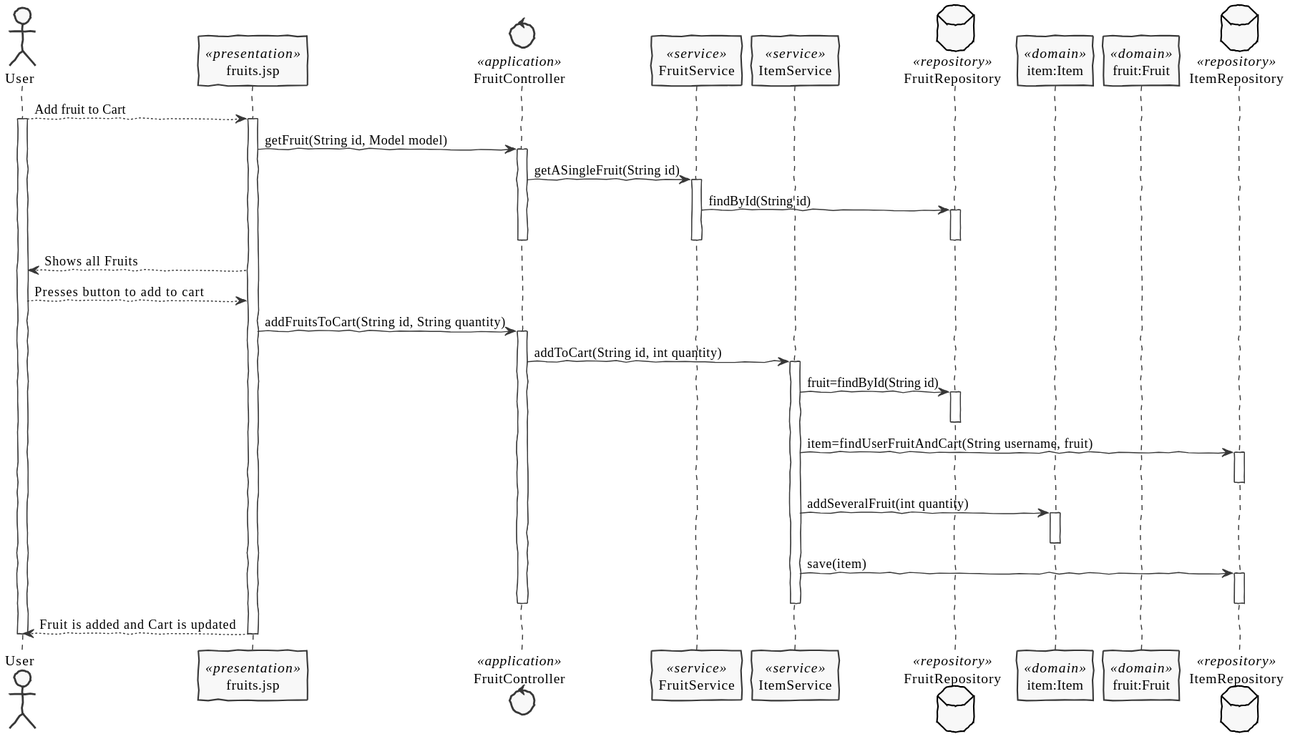
Before: documentation/US-03/US-03_add_fruit_to_cart_general_SD.svg, a diagram exported from PlantUML (EmmanuelJanssens/AMT_2021).
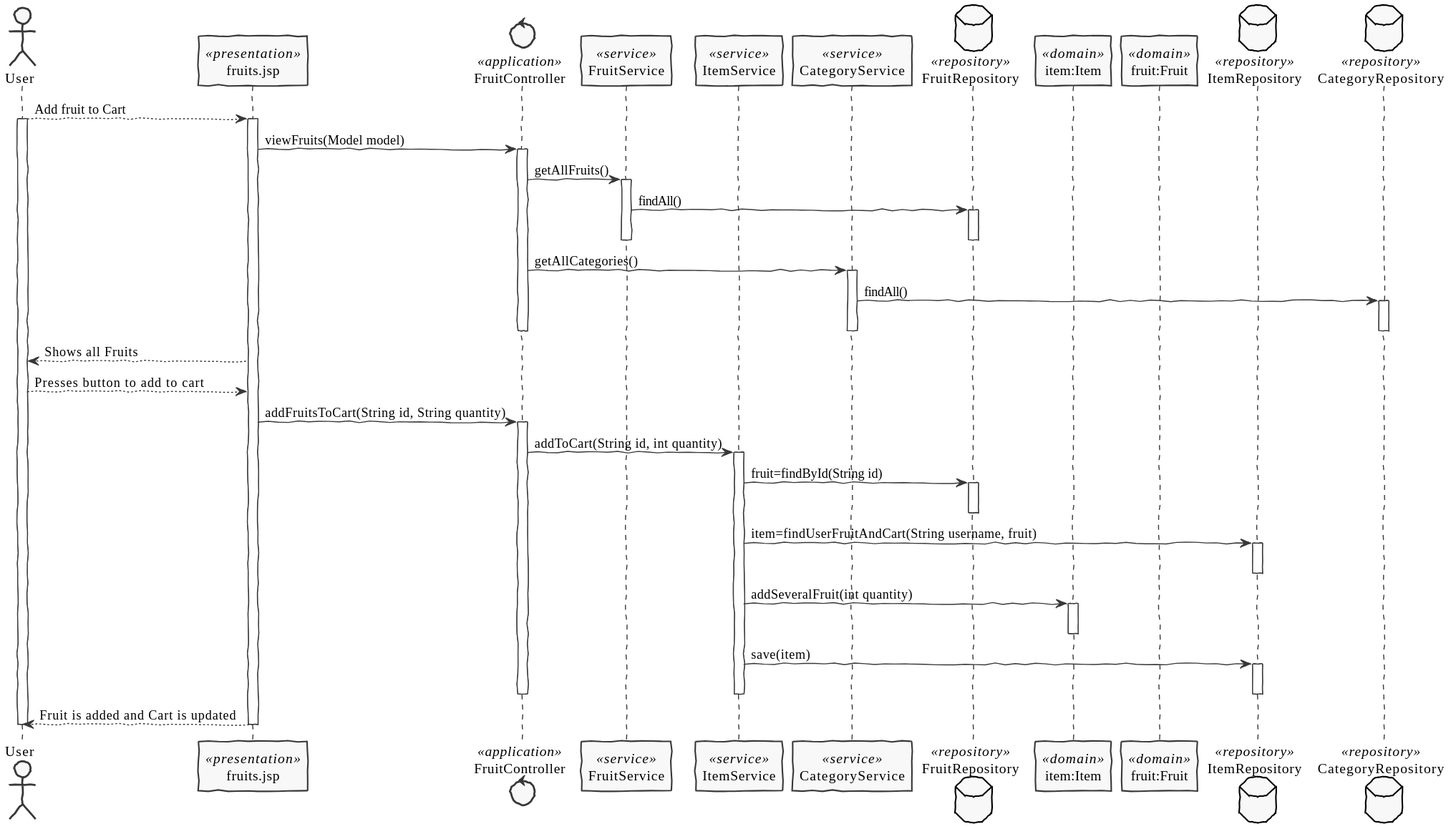
The same file after the commit.

What changed in the source:
```diff
@@ -10,24 +10,37 @@
 control FruitController as Controller <<application>>
 participant FruitService as FS<<service>>
 participant ItemService as IS<<service>>
+participant CategoryService as CS<<service>>
 database FruitRepository as FR <<repository>>
 participant "item:Item" as Domain <<domain>>
 participant "fruit:Fruit" as Fruit <<domain>>
 database ItemRepository as IR <<repository>>
-
+database CategoryRepository as CR <<repository>>
 
 Actor --> UI: Add fruit to Cart
 activate Actor
 activate UI
-         UI -> Controller: getFruit(String id, Model model)
+         UI -> Controller: viewFruits(Model model)
       activate Controller
 
-       Controller ->FS : getASingleFruit(String id)
+       Controller ->FS : getAllFruits()
        activate FS
-       FS -> FR : findById(String id)
+       FS -> FR : findAll()
        activate FR
        deactivate FR
+
+
+
+
        deactivate FS
+
+        Controller ->CS : getAllCategories()
+        activate CS
+        CS -> CR: findAll()
+        activate CR
+        deactivate CR
+        deactivate CS
+
        deactivate Controller
     UI --> Actor: Shows all Fruits
     Actor --> UI: Presses button to add to cart
```
